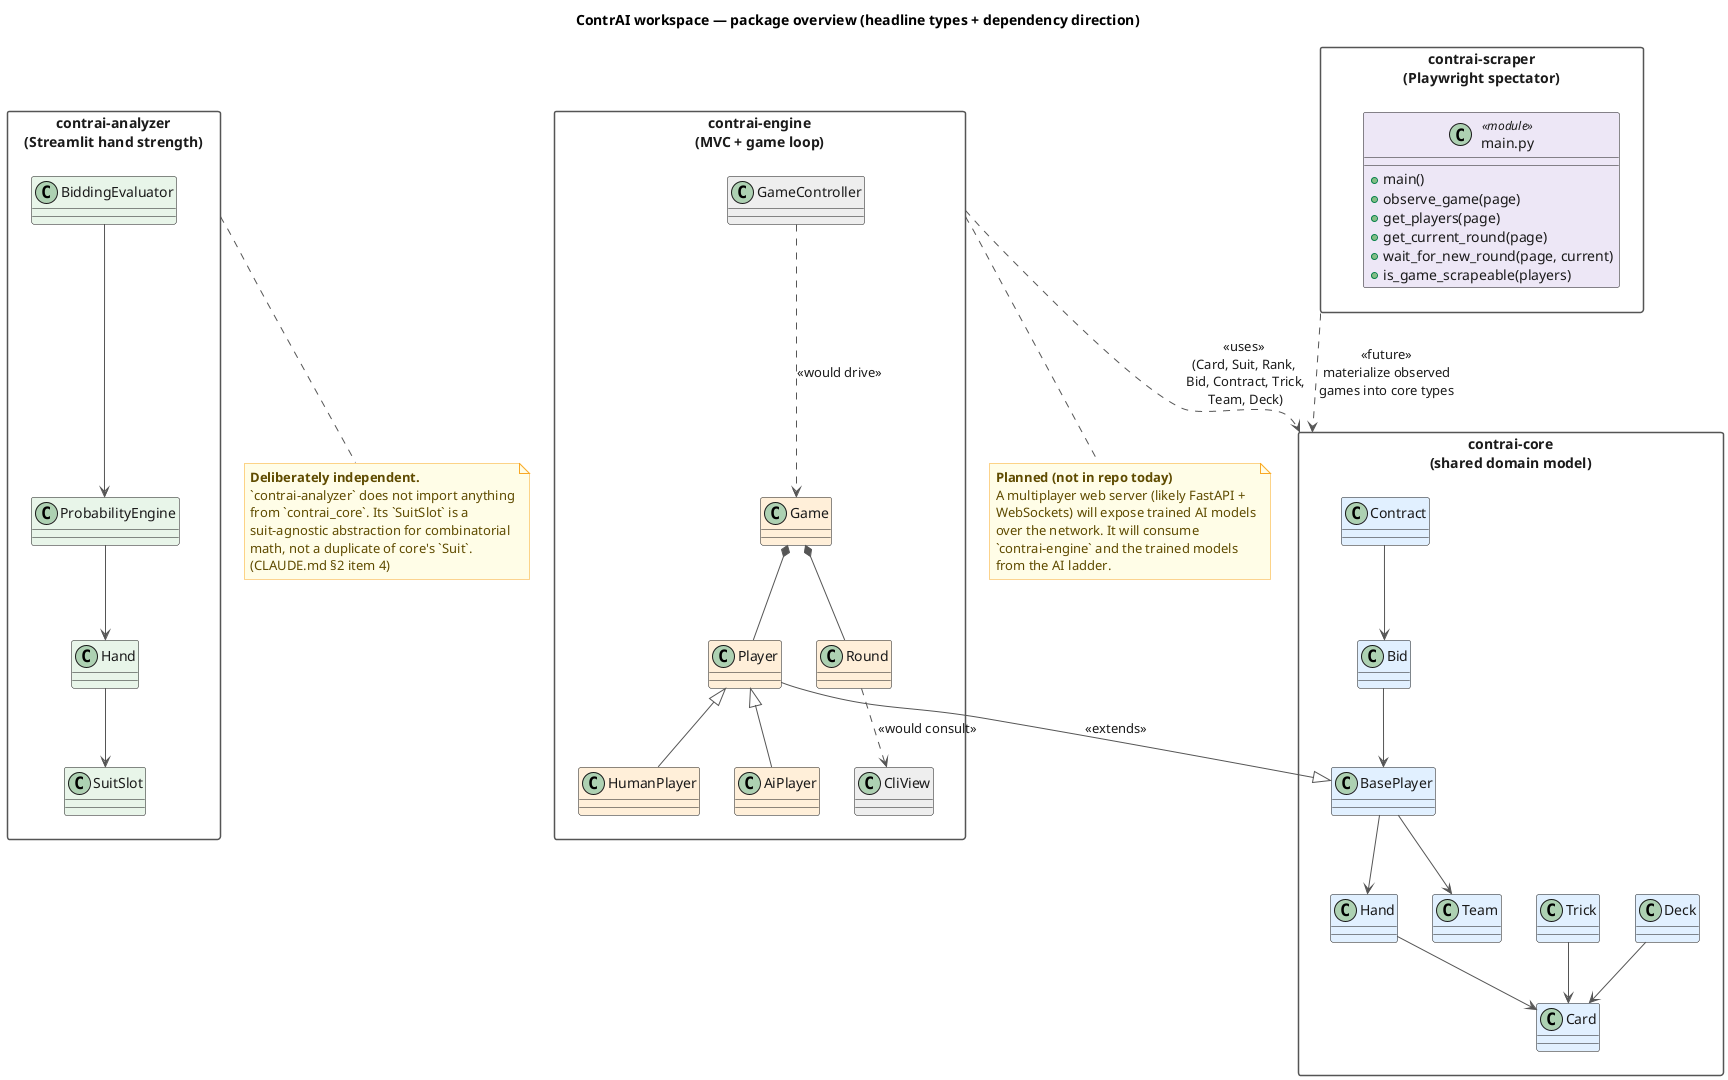
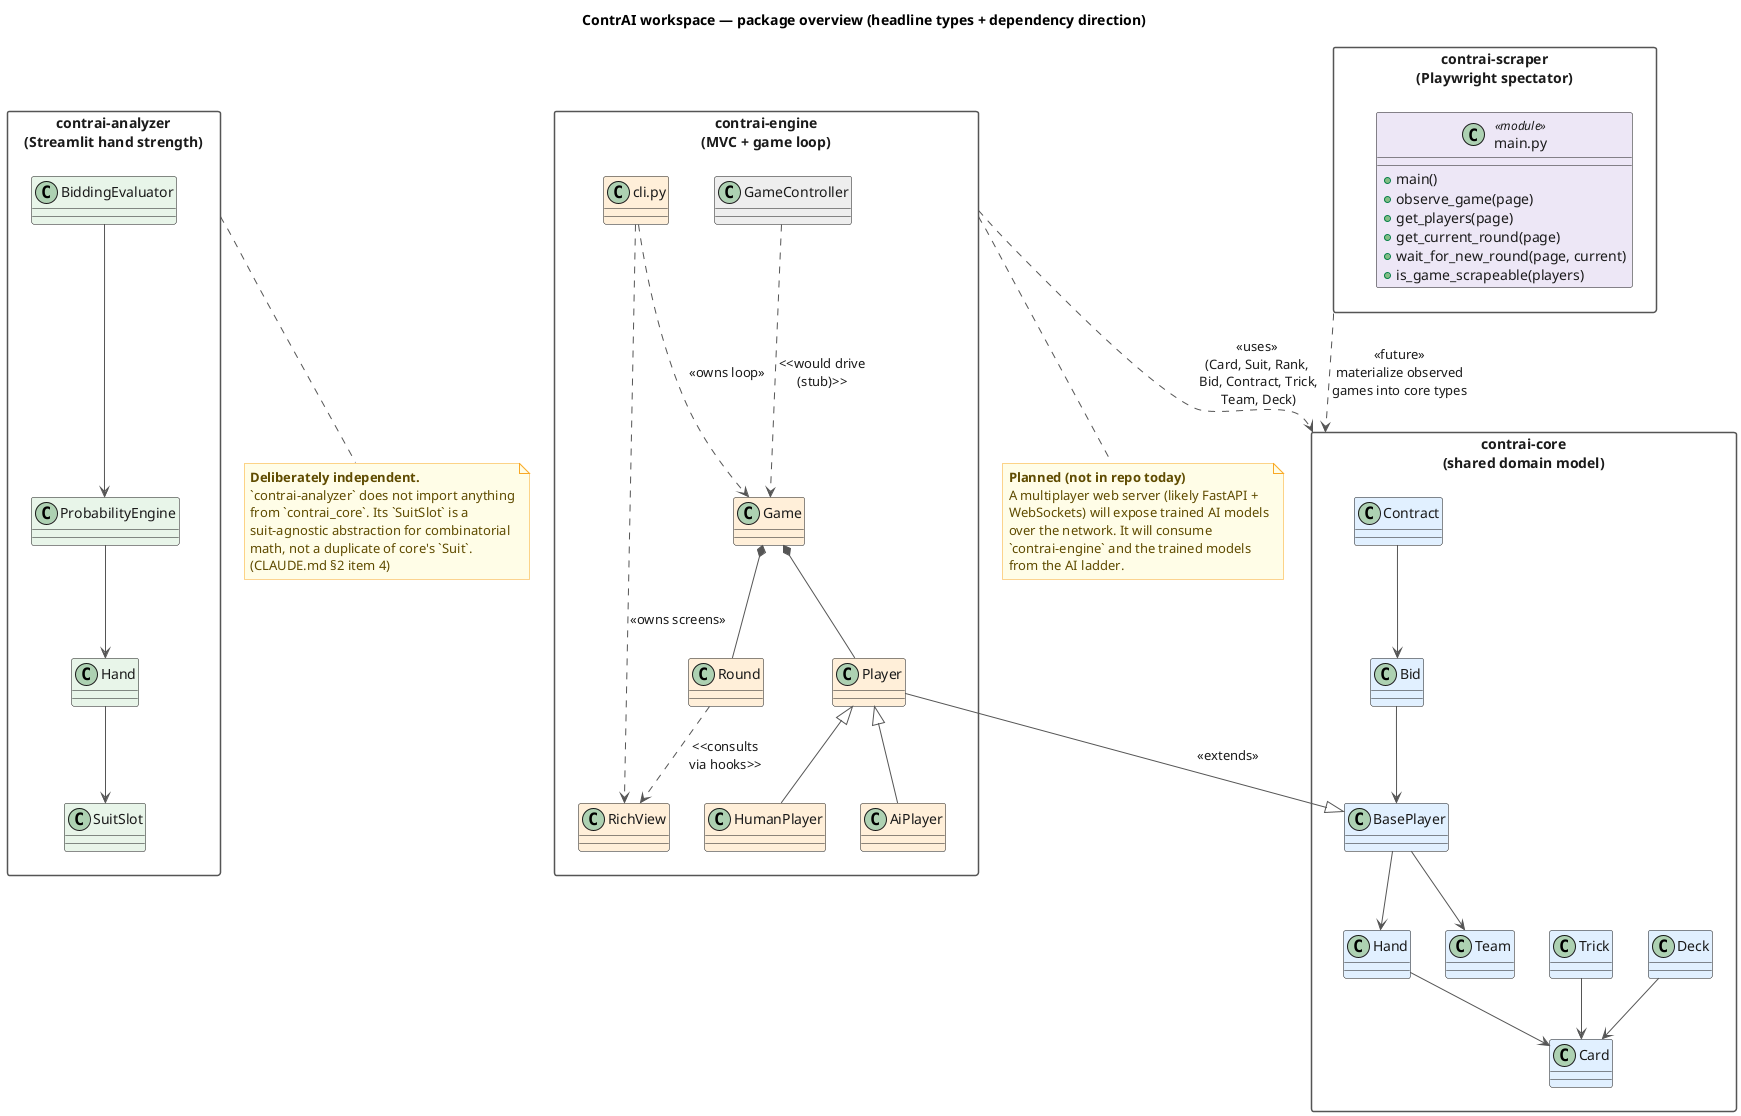
@startuml class_workspace
title ContrAI workspace — package overview (headline types + dependency direction)

' --- All four palettes appear at once; styling is set per-class. ---
skinparam shadowing false
skinparam class {
    FontColor #1A1A1A
    AttributeFontColor #1A1A1A
    StereotypeFontColor #1A1A1A
}
skinparam packageStyle rectangle
skinparam packageFontColor #1A1A1A
skinparam packageBorderColor #555555
skinparam note {
    BackgroundColor #FFFDE7
    BorderColor #F9A825
    FontColor #5F4B00
}
skinparam ArrowColor #555555
skinparam ArrowFontColor #1A1A1A

' =========================================================
' contrai-core — blue
' =========================================================
package "contrai-core\n(shared domain model)" as P_core {
    class "Card"       as C_card     #E1F0FF
    class "Hand"       as C_hand     #E1F0FF
    class "Deck"       as C_deck     #E1F0FF
    class "Trick"      as C_trick    #E1F0FF
    class "Bid"        as C_bid      #E1F0FF
    class "Contract"   as C_contract #E1F0FF
    class "BasePlayer" as C_player   #E1F0FF
    class "Team"       as C_team     #E1F0FF

    C_hand --> C_card
    C_deck --> C_card
    C_player --> C_hand
    C_player --> C_team
    C_trick --> C_card
    C_contract --> C_bid
    C_bid --> C_player
}

' =========================================================
' contrai-engine — orange
' =========================================================
package "contrai-engine\n(MVC + game loop)" as P_engine {
    class "Player"      as E_player   #FFEFD9
    class "HumanPlayer" as E_human    #FFEFD9
    class "AiPlayer"    as E_ai       #FFEFD9
    class "Game"        as E_game     #FFEFD9
    class "Round"       as E_round    #FFEFD9

    class "GameController" as E_ctrl  #EEEEEE
-     class "CliView"        as E_view  #EEEEEE
+     class "RichView"       as E_view  #FFEFD9
+     class "cli.py"         as E_cli   #FFEFD9

    E_player <|-- E_human
    E_player <|-- E_ai
    E_game *-- E_round
    E_game *-- E_player
-     E_ctrl ..> E_game : <<would drive>>
-     E_round ..> E_view : <<would consult>>
+     E_ctrl ..> E_game : <<would drive\n(stub)>>
+     E_round ..> E_view : <<consults\nvia hooks>>
+     E_cli ..> E_game : <<owns loop>>
+     E_cli ..> E_view : <<owns screens>>
}

' =========================================================
' contrai-analyzer — green
' =========================================================
package "contrai-analyzer\n(Streamlit hand strength)" as P_analyzer {
    class "SuitSlot"          as A_slot    #E8F5E9
    class "Hand"              as A_hand    #E8F5E9
    class "ProbabilityEngine" as A_engine  #E8F5E9
    class "BiddingEvaluator"  as A_bidding #E8F5E9

    A_engine --> A_hand
    A_bidding --> A_engine
    A_hand --> A_slot
}

' =========================================================
' contrai-scraper — purple
' =========================================================
package "contrai-scraper\n(Playwright spectator)" as P_scraper {
    class "main.py" as S_main <<module>> #EDE7F6 {
        + main()
        + observe_game(page)
        + get_players(page)
        + get_current_round(page)
        + wait_for_new_round(page, current)
        + is_game_scrapeable(players)
    }
}

' =========================================================
' Cross-package dependencies
' =========================================================

' Engine extends + uses core
E_player --|> C_player : <<extends>>
P_engine ..> P_core : <<uses>>\n(Card, Suit, Rank,\n Bid, Contract, Trick,\n Team, Deck)

' Analyzer deliberately does NOT depend on core
note as N_analyzer_indep
  **Deliberately independent.**
  `contrai-analyzer` does not import anything
  from `contrai_core`. Its `SuitSlot` is a
  suit-agnostic abstraction for combinatorial
  math, not a duplicate of core's `Suit`.
  (CLAUDE.md §2 item 4)
end note
P_analyzer .. N_analyzer_indep

' Scraper: planned consumer of core (future)
P_scraper ..> P_core : <<future>>\nmaterialize observed\ngames into core types

' Web server: planned future component (not in repo yet)
note as N_future
  **Planned (not in repo today)**
  A multiplayer web server (likely FastAPI +
  WebSockets) will expose trained AI models
  over the network. It will consume
  `contrai-engine` and the trained models
  from the AI ladder.
end note
P_engine .. N_future

@enduml
